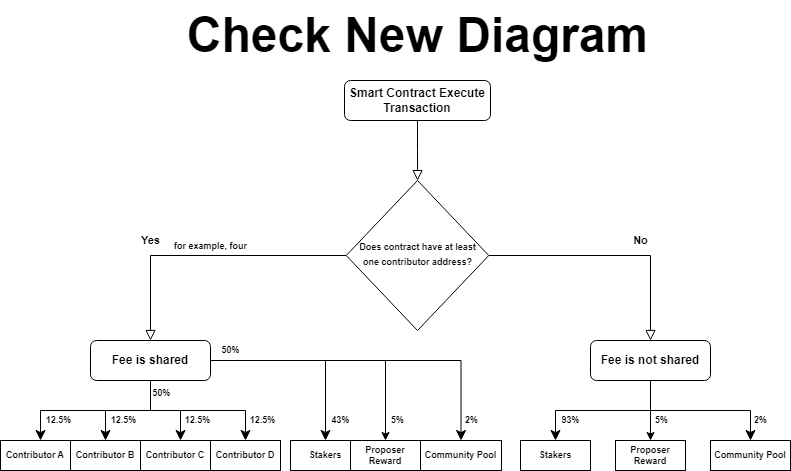
The draw.io diagram contributor-incentivized fee sharing.png in CamelJuno/diagrams, before a commit. Source tidied: cells renumbered, new cells last; positions are measured from the earlier drawing's top-left corner, leaving out a move shared by most shapes. Its diagram source:
```xml
<mxGraphModel>
  <root>
    <mxCell id="0" />
    <mxCell id="1" parent="0" />
    <mxCell id="2" style="rounded=0;html=1;jettySize=auto;fontSize=11;endArrow=block;endFill=0;endSize=8;strokeWidth=1;shadow=0;labelBackgroundColor=none;edgeStyle=orthogonalEdgeStyle;" parent="1" edge="1" source="3" target="6">
      <mxGeometry relative="1" as="geometry" />
    </mxCell>
    <mxCell id="3" value="&lt;b&gt;Smart Contract Execute&lt;br&gt;Transaction&lt;br&gt;&lt;/b&gt;" style="rounded=1;whiteSpace=wrap;html=1;fontSize=12;glass=0;strokeWidth=1;shadow=0;" parent="1" vertex="1">
      <mxGeometry x="344" y="80" width="146" height="40" as="geometry" />
    </mxCell>
    <mxCell id="4" value="Yes" style="rounded=0;html=1;jettySize=auto;fontSize=11;endArrow=block;endFill=0;endSize=8;strokeWidth=1;shadow=0;labelBackgroundColor=none;edgeStyle=orthogonalEdgeStyle;entryX=0.5;entryY=0;entryDx=0;entryDy=0;fontStyle=1;" parent="1" edge="1" source="6" target="18">
      <mxGeometry x="0.39" y="-15" relative="1" as="geometry">
        <Array as="points">
          <mxPoint x="150" y="255" />
        </Array>
        <mxPoint x="15" y="-15" as="offset" />
      </mxGeometry>
    </mxCell>
    <mxCell id="5" value="No" style="edgeStyle=orthogonalEdgeStyle;rounded=0;html=1;jettySize=auto;fontSize=11;endArrow=block;endFill=0;endSize=8;strokeWidth=1;shadow=0;labelBackgroundColor=none;fontStyle=1;" parent="1" edge="1" source="6" target="10">
      <mxGeometry x="0.23" y="15" relative="1" as="geometry" />
    </mxCell>
    <mxCell id="6" value="&lt;span style=&quot;line-height: 0.8;&quot;&gt;&lt;font style=&quot;font-size: 9px;&quot;&gt;&lt;b&gt;Does contract have at least&lt;br&gt;one contributor address?&lt;/b&gt;&lt;/font&gt;&lt;/span&gt;" style="rhombus;whiteSpace=wrap;html=1;shadow=0;fontFamily=Helvetica;fontSize=12;align=center;strokeWidth=1;spacing=6;spacingTop=-4;" parent="1" vertex="1">
      <mxGeometry x="345.8" y="180" width="142.5" height="150" as="geometry" />
    </mxCell>
    <mxCell id="7" style="edgeStyle=orthogonalEdgeStyle;rounded=0;jettySize=auto;html=1;fontSize=9;endSize=8;" parent="1" edge="1" source="10" target="24">
      <mxGeometry relative="1" as="geometry" />
    </mxCell>
    <mxCell id="8" style="edgeStyle=orthogonalEdgeStyle;rounded=0;jettySize=auto;html=1;entryX=0.5;entryY=0;entryDx=0;entryDy=0;fontSize=9;endSize=8;" parent="1" edge="1" source="10" target="26">
      <mxGeometry relative="1" as="geometry" />
    </mxCell>
    <mxCell id="9" style="edgeStyle=orthogonalEdgeStyle;rounded=0;jettySize=auto;html=1;entryX=0.5;entryY=0;entryDx=0;entryDy=0;" parent="1" edge="1" source="10" target="38">
      <mxGeometry relative="1" as="geometry" />
    </mxCell>
    <mxCell id="10" value="&lt;b&gt;Fee is not shared&lt;/b&gt;" style="rounded=1;whiteSpace=wrap;html=1;fontSize=12;glass=0;strokeWidth=1;shadow=0;" parent="1" vertex="1">
      <mxGeometry x="590" y="340" width="120" height="40" as="geometry" />
    </mxCell>
    <mxCell id="11" style="edgeStyle=orthogonalEdgeStyle;rounded=0;jettySize=auto;html=1;fontSize=9;endSize=8;" parent="1" edge="1" source="18" target="20">
      <mxGeometry relative="1" as="geometry">
        <Array as="points">
          <mxPoint x="150" y="410" />
          <mxPoint x="40" y="410" />
        </Array>
      </mxGeometry>
    </mxCell>
    <mxCell id="12" style="edgeStyle=orthogonalEdgeStyle;rounded=0;jettySize=auto;html=1;entryX=0.5;entryY=0;entryDx=0;entryDy=0;fontSize=9;endSize=8;" parent="1" edge="1" source="18" target="25">
      <mxGeometry relative="1" as="geometry" />
    </mxCell>
    <mxCell id="13" style="edgeStyle=orthogonalEdgeStyle;rounded=0;jettySize=auto;html=1;fontSize=9;endSize=8;entryX=0.5;entryY=0;entryDx=0;entryDy=0;" parent="1" edge="1" source="18" target="21">
      <mxGeometry relative="1" as="geometry" />
    </mxCell>
    <mxCell id="14" style="edgeStyle=orthogonalEdgeStyle;rounded=0;jettySize=auto;html=1;fontSize=9;endSize=8;" parent="1" edge="1" source="18" target="22">
      <mxGeometry relative="1" as="geometry">
        <Array as="points">
          <mxPoint x="150" y="410" />
          <mxPoint x="180" y="410" />
        </Array>
      </mxGeometry>
    </mxCell>
    <mxCell id="15" style="edgeStyle=orthogonalEdgeStyle;rounded=0;jettySize=auto;html=1;fontSize=9;endSize=8;" parent="1" edge="1" source="18" target="23">
      <mxGeometry relative="1" as="geometry" />
    </mxCell>
    <mxCell id="16" style="edgeStyle=orthogonalEdgeStyle;rounded=0;jettySize=auto;html=1;entryX=0.5;entryY=0;entryDx=0;entryDy=0;fontSize=9;endSize=8;" parent="1" edge="1" source="18" target="27">
      <mxGeometry relative="1" as="geometry" />
    </mxCell>
    <mxCell id="17" style="edgeStyle=orthogonalEdgeStyle;rounded=0;jettySize=auto;html=1;entryX=0.5;entryY=0;entryDx=0;entryDy=0;" parent="1" edge="1" source="18" target="40">
      <mxGeometry relative="1" as="geometry" />
    </mxCell>
    <mxCell id="18" value="&lt;b&gt;Fee is shared&lt;/b&gt;" style="rounded=1;whiteSpace=wrap;html=1;" parent="1" vertex="1">
      <mxGeometry x="90" y="340" width="120" height="40" as="geometry" />
    </mxCell>
    <mxCell id="19" value="&lt;b&gt;&lt;font style=&quot;font-size: 9px;&quot;&gt;for example, four&lt;/font&gt;&lt;/b&gt;" style="text;html=1;align=center;verticalAlign=middle;strokeColor=none;fillColor=none;" parent="1" vertex="1">
      <mxGeometry x="160" y="230" width="100" height="30" as="geometry" />
    </mxCell>
    <mxCell id="20" value="&lt;b&gt;Contributor A&lt;/b&gt;" style="rounded=1;whiteSpace=wrap;html=1;fontSize=9;arcSize=0;" parent="1" vertex="1">
      <mxGeometry y="440" width="70" height="30" as="geometry" />
    </mxCell>
    <mxCell id="21" value="&lt;b&gt;Contributor B&lt;/b&gt;" style="rounded=1;whiteSpace=wrap;html=1;fontSize=9;arcSize=0;" parent="1" vertex="1">
      <mxGeometry x="70" y="440" width="70" height="30" as="geometry" />
    </mxCell>
    <mxCell id="22" value="&lt;b&gt;Contributor C&lt;/b&gt;" style="rounded=1;whiteSpace=wrap;html=1;fontSize=9;arcSize=0;" parent="1" vertex="1">
      <mxGeometry x="140" y="440" width="70" height="30" as="geometry" />
    </mxCell>
    <mxCell id="23" value="&lt;b&gt;Contributor D&lt;/b&gt;" style="rounded=1;whiteSpace=wrap;html=1;fontSize=9;arcSize=0;" parent="1" vertex="1">
      <mxGeometry x="210" y="440" width="70" height="30" as="geometry" />
    </mxCell>
    <mxCell id="24" value="&lt;b&gt;Stakers&lt;/b&gt;" style="rounded=1;whiteSpace=wrap;html=1;fontSize=9;arcSize=0;" parent="1" vertex="1">
      <mxGeometry x="520" y="440" width="70" height="30" as="geometry" />
    </mxCell>
    <mxCell id="25" value="&lt;b&gt;Community Pool&lt;/b&gt;" style="rounded=1;whiteSpace=wrap;html=1;fontSize=9;arcSize=0;" parent="1" vertex="1">
      <mxGeometry x="420" y="440" width="81" height="30" as="geometry" />
    </mxCell>
    <mxCell id="26" value="&lt;b&gt;Community Pool&lt;/b&gt;" style="rounded=1;whiteSpace=wrap;html=1;fontSize=9;arcSize=0;" parent="1" vertex="1">
      <mxGeometry x="710" y="440" width="80" height="30" as="geometry" />
    </mxCell>
    <mxCell id="27" value="&lt;b&gt;Stakers&lt;/b&gt;" style="rounded=1;whiteSpace=wrap;html=1;fontSize=9;arcSize=0;" parent="1" vertex="1">
      <mxGeometry x="290" y="440" width="70" height="30" as="geometry" />
    </mxCell>
    <mxCell id="28" value="&lt;b&gt;2%&lt;/b&gt;" style="text;html=1;align=center;verticalAlign=middle;strokeColor=none;fillColor=none;fontSize=9;" parent="1" vertex="1">
      <mxGeometry x="740" y="410" width="40" height="20" as="geometry" />
    </mxCell>
    <mxCell id="29" value="&lt;b&gt;93%&lt;/b&gt;" style="text;html=1;align=center;verticalAlign=middle;strokeColor=none;fillColor=none;fontSize=9;" parent="1" vertex="1">
      <mxGeometry x="550" y="410" width="40" height="20" as="geometry" />
    </mxCell>
    <mxCell id="30" value="&lt;b&gt;2%&lt;/b&gt;" style="text;html=1;align=center;verticalAlign=middle;strokeColor=none;fillColor=none;fontSize=9;" parent="1" vertex="1">
      <mxGeometry x="451" y="410" width="40" height="20" as="geometry" />
    </mxCell>
    <mxCell id="31" value="&lt;b&gt;43%&lt;/b&gt;" style="text;html=1;align=center;verticalAlign=middle;strokeColor=none;fillColor=none;fontSize=9;" parent="1" vertex="1">
      <mxGeometry x="320" y="410" width="40" height="20" as="geometry" />
    </mxCell>
    <mxCell id="32" value="&lt;b&gt;12.5%&lt;/b&gt;" style="text;html=1;align=center;verticalAlign=middle;strokeColor=none;fillColor=none;fontSize=9;" parent="1" vertex="1">
      <mxGeometry x="237" y="410" width="50" height="20" as="geometry" />
    </mxCell>
    <mxCell id="33" value="&lt;b&gt;12.5%&lt;/b&gt;" style="text;html=1;align=center;verticalAlign=middle;strokeColor=none;fillColor=none;fontSize=9;" parent="1" vertex="1">
      <mxGeometry x="172" y="410" width="50" height="20" as="geometry" />
    </mxCell>
    <mxCell id="34" value="&lt;b&gt;12.5%&lt;/b&gt;" style="text;html=1;align=center;verticalAlign=middle;strokeColor=none;fillColor=none;fontSize=9;" parent="1" vertex="1">
      <mxGeometry x="98" y="410" width="50" height="20" as="geometry" />
    </mxCell>
    <mxCell id="35" value="&lt;b&gt;12.5%&lt;/b&gt;" style="text;html=1;align=center;verticalAlign=middle;strokeColor=none;fillColor=none;fontSize=9;" parent="1" vertex="1">
      <mxGeometry x="33" y="410" width="50" height="20" as="geometry" />
    </mxCell>
    <mxCell id="36" value="&lt;b&gt;50%&lt;/b&gt;" style="text;html=1;align=center;verticalAlign=middle;strokeColor=none;fillColor=none;fontSize=9;" parent="1" vertex="1">
      <mxGeometry x="210" y="340" width="40" height="20" as="geometry" />
    </mxCell>
    <mxCell id="37" value="&lt;b&gt;50%&lt;/b&gt;" style="text;html=1;align=center;verticalAlign=middle;strokeColor=none;fillColor=none;fontSize=9;" parent="1" vertex="1">
      <mxGeometry x="141" y="383" width="40" height="20" as="geometry" />
    </mxCell>
    <mxCell id="38" value="&lt;b&gt;Proposer Reward&lt;br&gt;&lt;/b&gt;" style="rounded=1;whiteSpace=wrap;html=1;fontSize=9;arcSize=0;" parent="1" vertex="1">
      <mxGeometry x="615" y="440" width="70" height="30" as="geometry" />
    </mxCell>
    <mxCell id="39" value="&lt;b&gt;5%&lt;/b&gt;" style="text;html=1;align=center;verticalAlign=middle;strokeColor=none;fillColor=none;fontSize=9;" parent="1" vertex="1">
      <mxGeometry x="641" y="410" width="40" height="20" as="geometry" />
    </mxCell>
    <mxCell id="40" value="&lt;b&gt;Proposer Reward&lt;/b&gt;" style="rounded=1;whiteSpace=wrap;html=1;fontSize=9;arcSize=0;" parent="1" vertex="1">
      <mxGeometry x="350" y="440" width="70" height="30" as="geometry" />
    </mxCell>
    <mxCell id="41" value="&lt;b&gt;5%&lt;/b&gt;" style="text;html=1;align=center;verticalAlign=middle;strokeColor=none;fillColor=none;fontSize=9;" parent="1" vertex="1">
      <mxGeometry x="377" y="410" width="40" height="20" as="geometry" />
    </mxCell>
    <mxCell id="42" value="&lt;b style=&quot;&quot;&gt;&lt;font style=&quot;font-size: 48px;&quot;&gt;Check New Diagram&lt;/font&gt;&lt;/b&gt;" style="text;html=1;align=center;verticalAlign=middle;strokeColor=none;fillColor=none;" parent="1" vertex="1">
      <mxGeometry x="172" width="490" height="70" as="geometry" />
    </mxCell>
  </root>
</mxGraphModel>
```
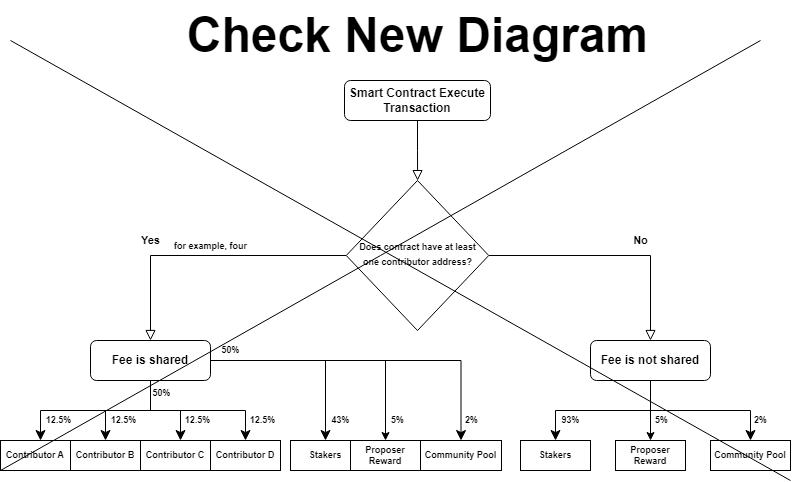
The same file after the commit.

Diff of the diagram source:
```diff
@@ -140,5 +140,16 @@
     <mxCell id="42" value="&lt;b style=&quot;&quot;&gt;&lt;font style=&quot;font-size: 48px;&quot;&gt;Check New Diagram&lt;/font&gt;&lt;/b&gt;" style="text;html=1;align=center;verticalAlign=middle;strokeColor=none;fillColor=none;" parent="1" vertex="1">
       <mxGeometry x="172" width="490" height="70" as="geometry" />
     </mxCell>
+    <mxCell id="43" style="endArrow=none;html=1;rounded=0;fontSize=48;exitX=0;exitY=1;exitDx=0;exitDy=0;" parent="1" edge="1" source="20">
+      <mxGeometry relative="1" as="geometry">
+        <mxPoint x="760" y="40" as="targetPoint" />
+      </mxGeometry>
+    </mxCell>
+    <mxCell id="44" style="endArrow=none;html=1;rounded=0;fontSize=48;" parent="1" edge="1">
+      <mxGeometry relative="1" as="geometry">
+        <mxPoint x="790" y="480" as="sourcePoint" />
+        <mxPoint x="10" y="40" as="targetPoint" />
+      </mxGeometry>
+    </mxCell>
   </root>
 </mxGraphModel>
```
